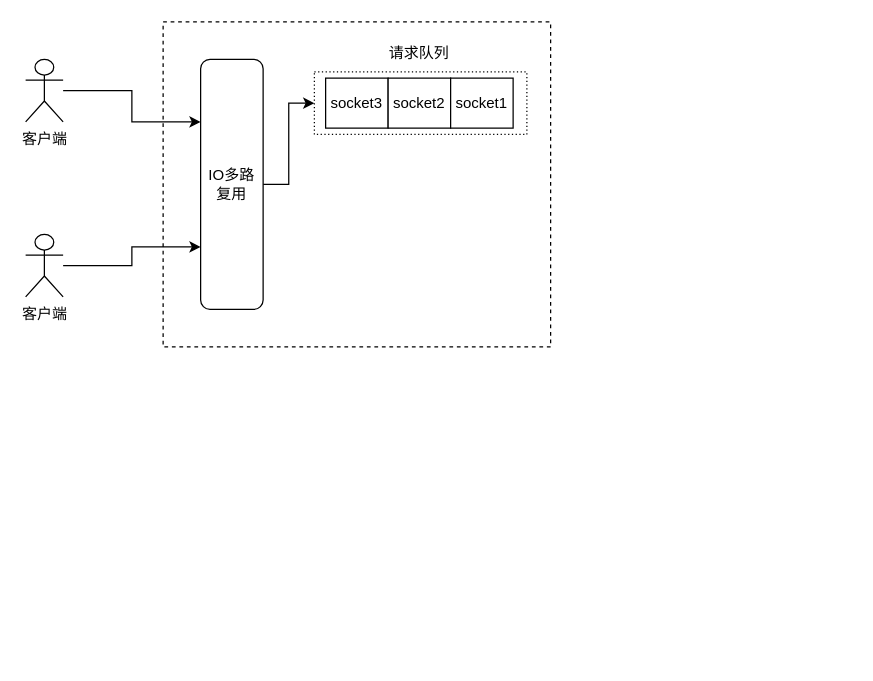
Above: redis/文件事件.drawio in buxiangchixiangcai/draw (draw.io), before the change. Source tidied: cells renumbered, new cells numbered last; positions are measured from the earlier drawing's top-left corner, leaving out a move shared by most shapes. Both pictures are drawn from the tidied source at 125%, with x=0, y=0 at pixel (25, 21).
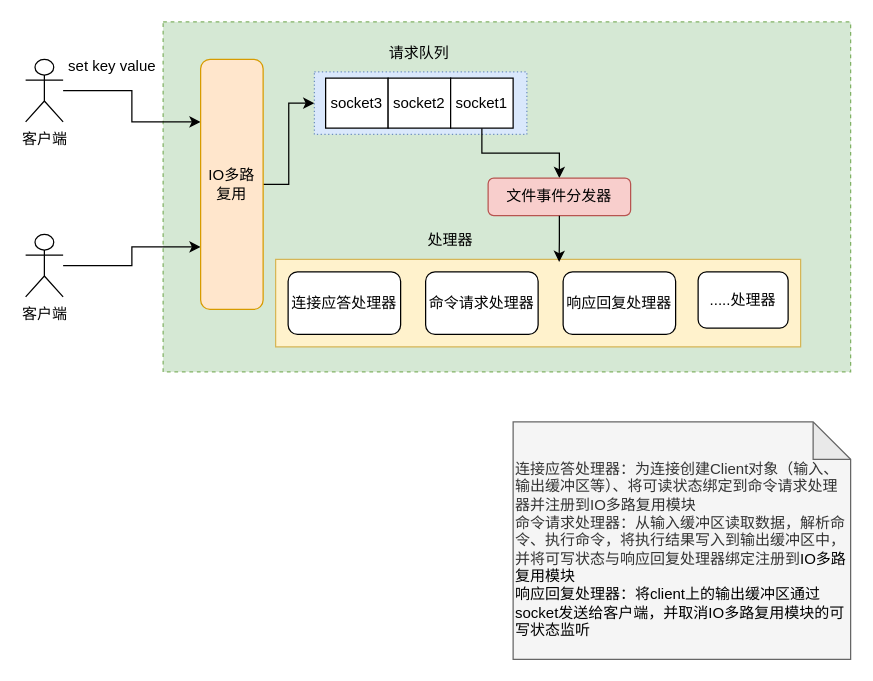
The same page after the edit.

Commit message (it also covers changes not shown here):
更新文件事件.drawio

The change refers to these unchanged cells:
```xml
<mxCell id="12" value="socket1" style="rounded=0;whiteSpace=wrap;html=1;" parent="1" vertex="1">
  <mxGeometry x="340" y="45" width="50" height="40" as="geometry" />
</mxCell>
```

The edit, as a diff of the source:
```diff
@@
-    <mxCell id="2" style="rounded=0;whiteSpace=wrap;html=1;dashed=1;" parent="1" vertex="1">
-      <mxGeometry x="110" width="310" height="260" as="geometry" />
+    <mxCell id="2" style="rounded=0;whiteSpace=wrap;html=1;dashed=1;fillColor=#d5e8d4;strokeColor=#82b366;" parent="1" vertex="1">
+      <mxGeometry x="110" width="550" height="280" as="geometry" />
     </mxCell>
@@
-    <mxCell id="8" value="IO多路复用" style="rounded=1;whiteSpace=wrap;html=1;" parent="1" vertex="1">
+    <mxCell id="8" value="IO多路复用" style="rounded=1;whiteSpace=wrap;html=1;fillColor=#ffe6cc;strokeColor=#d79b00;" parent="1" vertex="1">
       <mxGeometry x="140" y="30" width="50" height="200" as="geometry" />
     </mxCell>
-    <mxCell id="9" style="rounded=0;whiteSpace=wrap;html=1;dashed=1;dashPattern=1 2;" parent="1" vertex="1">
+    <mxCell id="9" style="rounded=0;whiteSpace=wrap;html=1;dashed=1;dashPattern=1 2;fillColor=#dae8fc;strokeColor=#6c8ebf;" parent="1" vertex="1">
       <mxGeometry x="231" y="40" width="170" height="50" as="geometry" />
     </mxCell>
@@
+    <mxCell id="14" style="edgeStyle=orthogonalEdgeStyle;rounded=0;jettySize=auto;html=1;" parent="1" edge="1" source="12" target="15">
+      <mxGeometry relative="1" as="geometry" />
+    </mxCell>
@@
+    <mxCell id="15" value="文件事件分发器" style="rounded=1;whiteSpace=wrap;html=1;fillColor=#f8cecc;strokeColor=#b85450;" parent="1" vertex="1">
+      <mxGeometry x="370" y="125" width="114" height="30" as="geometry" />
+    </mxCell>
+    <mxCell id="16" style="rounded=0;whiteSpace=wrap;html=1;fillColor=#fff2cc;strokeColor=#d6b656;" parent="1" vertex="1">
+      <mxGeometry x="200" y="190" width="420" height="70" as="geometry" />
+    </mxCell>
+    <mxCell id="17" value="连接应答处理器" style="rounded=1;whiteSpace=wrap;html=1;" parent="1" vertex="1">
+      <mxGeometry x="210" y="200" width="90" height="50" as="geometry" />
+    </mxCell>
+    <mxCell id="18" value="命令请求处理器" style="rounded=1;whiteSpace=wrap;html=1;" parent="1" vertex="1">
+      <mxGeometry x="320" y="200" width="90" height="50" as="geometry" />
+    </mxCell>
+    <mxCell id="19" value="响应回复处理器" style="rounded=1;whiteSpace=wrap;html=1;" parent="1" vertex="1">
+      <mxGeometry x="430" y="200" width="90" height="50" as="geometry" />
+    </mxCell>
+    <mxCell id="20" value=".....处理器" style="rounded=1;whiteSpace=wrap;html=1;" parent="1" vertex="1">
+      <mxGeometry x="538" y="200" width="72" height="45" as="geometry" />
+    </mxCell>
+    <mxCell id="21" style="edgeStyle=orthogonalEdgeStyle;rounded=0;jettySize=auto;html=1;entryX=0.54;entryY=0.029;entryDx=0;entryDy=0;entryPerimeter=0;" parent="1" edge="1" source="15" target="16">
+      <mxGeometry relative="1" as="geometry" />
+    </mxCell>
+    <mxCell id="22" value="处理器" style="text;html=1;align=center;verticalAlign=middle;whiteSpace=wrap;rounded=0;" parent="1" vertex="1">
+      <mxGeometry x="310" y="160" width="60" height="30" as="geometry" />
+    </mxCell>
+    <mxCell id="23" value="&lt;div&gt;&lt;br&gt;&lt;/div&gt;连接应答处理器：为连接创建Client对象（输入、输出缓冲区等）、将可读状态绑定到命令请求处理器并注册到IO多路复用模块&lt;div&gt;命令请求处理器：从输入缓冲区读取数据，解析命令、执行命令，将执行结果写入到输出缓冲区中，并将可写状态与响应回复处理器绑定注册到&lt;span style=&quot;background-color: transparent; color: light-dark(rgb(0, 0, 0), rgb(255, 255, 255));&quot;&gt;IO多路复用模块&lt;/span&gt;&lt;/div&gt;&lt;div&gt;&lt;span style=&quot;background-color: transparent; color: light-dark(rgb(0, 0, 0), rgb(255, 255, 255));&quot;&gt;响应回复处理器：将client上的输出缓冲区通过socket发送给客户端，并取消&lt;/span&gt;&lt;span style=&quot;background-color: transparent; color: light-dark(rgb(0, 0, 0), rgb(255, 255, 255));&quot;&gt;IO多路复用模块的可写状态监听&lt;/span&gt;&lt;/div&gt;" style="shape=note;whiteSpace=wrap;html=1;backgroundOutline=1;darkOpacity=0.05;align=left;fillColor=#f5f5f5;fontColor=#333333;strokeColor=#666666;" parent="1" vertex="1">
+      <mxGeometry x="390" y="320" width="270" height="190" as="geometry" />
+    </mxCell>
+    <mxCell id="24" value="set key value" style="text;html=1;align=center;verticalAlign=middle;whiteSpace=wrap;rounded=0;" parent="1" vertex="1">
+      <mxGeometry x="33" y="20" width="73" height="32" as="geometry" />
+    </mxCell>
```
